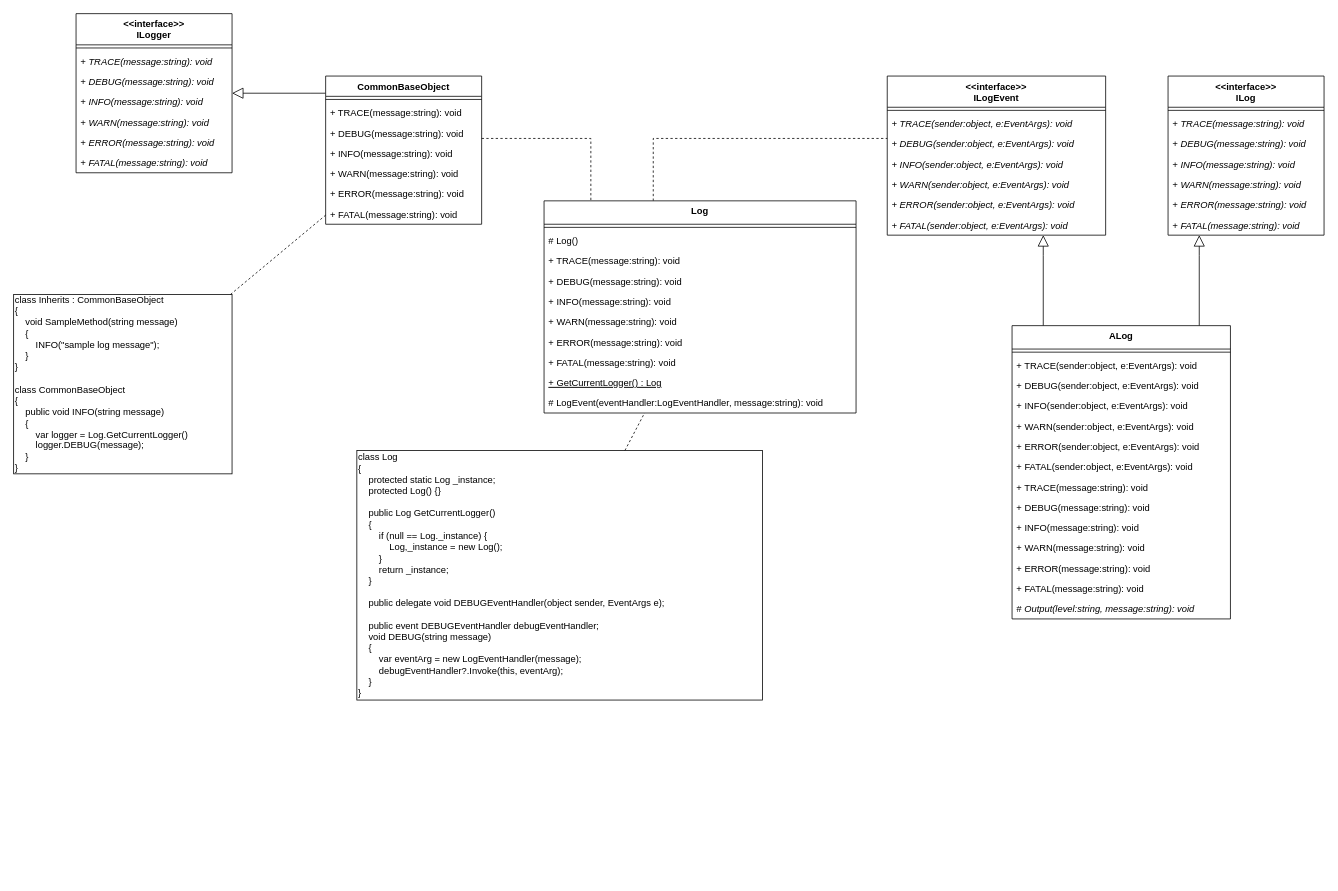
This is Logger/doc/Log.drawio from CountrySideEngineer/CsMySamples, a draw.io file, before an edit. Source tidied: cells renumbered, new cells numbered last; positions are measured from the earlier drawing's top-left corner, leaving out a move shared by most shapes. Both pictures are drawn from the tidied source at 78%, with x=0, y=0 at pixel (13, 13).
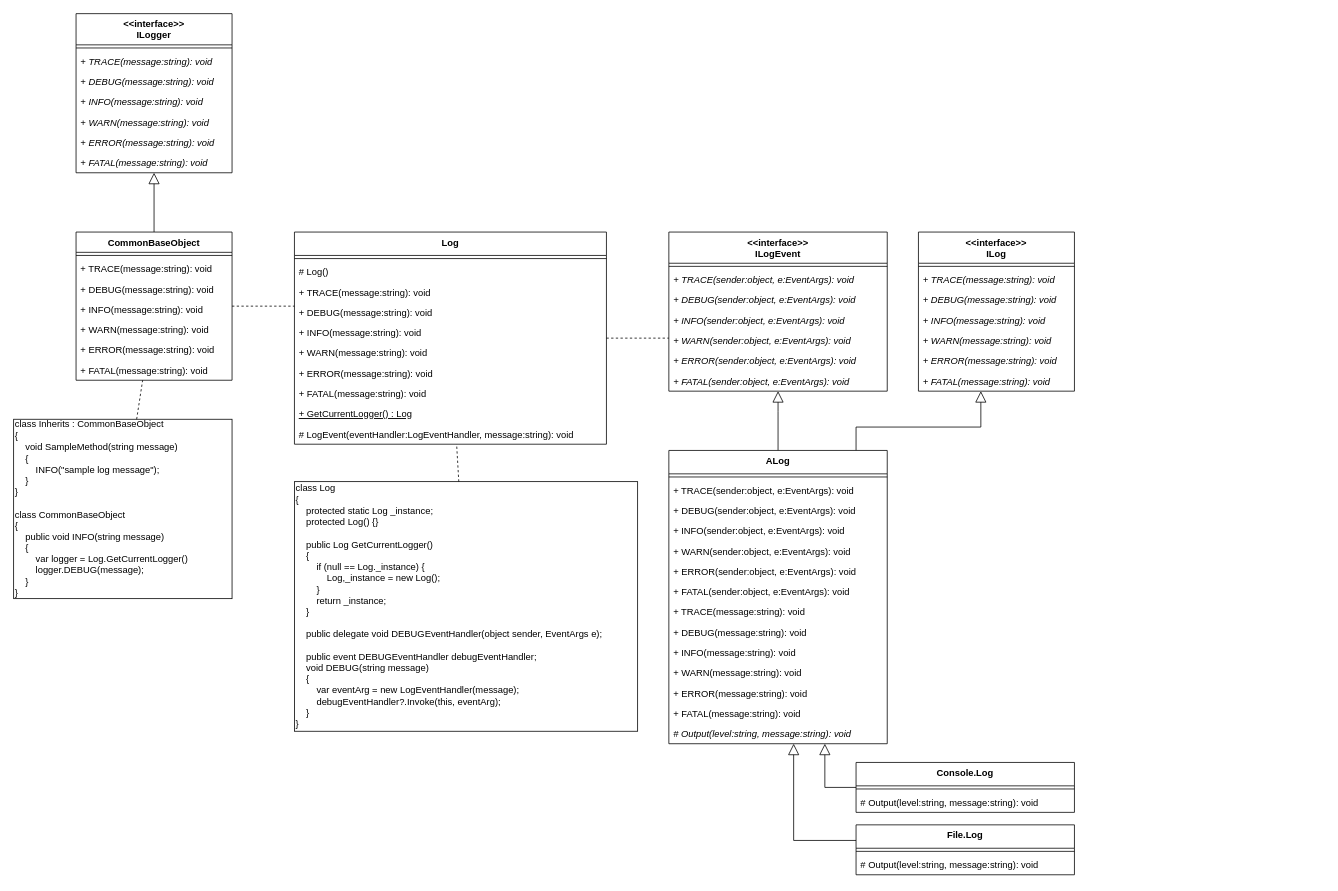
After the change.

Commit message:
Update design diagram.

The change refers to these unchanged cells:
```xml
<mxCell id="61" value="&lt;&lt;interface&gt;&gt;&#10;ILogger" style="swimlane;fontStyle=1;align=center;verticalAlign=top;horizontal=1;startSize=40;" parent="1" vertex="1">
  <mxGeometry x="80" width="200" height="204" as="geometry" />
</mxCell>
```

Diff of the diagram source:
```diff
@@
     <mxCell id="2" value="&lt;&lt;interface&gt;&gt;&#10;ILog" style="swimlane;fontStyle=1;align=center;verticalAlign=top;horizontal=1;startSize=40;" parent="1" vertex="1">
-      <mxGeometry x="1480" y="80" width="200" height="204" as="geometry" />
+      <mxGeometry x="1160" y="280" width="200" height="204" as="geometry" />
     </mxCell>
@@
     <mxCell id="10" style="edgeStyle=orthogonalEdgeStyle;rounded=0;jettySize=auto;html=1;dashed=1;startSize=10;endArrow=none;endFill=0;endSize=12;" parent="1" edge="1" source="11" target="22">
       <mxGeometry relative="1" as="geometry">
         <Array as="points">
-          <mxPoint x="820" y="160" />
+          <mxPoint x="720" y="382" />
+          <mxPoint x="720" y="382" />
         </Array>
       </mxGeometry>
     </mxCell>
     <mxCell id="11" value="Log" style="swimlane;fontStyle=1;align=center;verticalAlign=top;horizontal=1;startSize=30;" parent="1" vertex="1">
-      <mxGeometry x="680" y="240" width="400" height="272" as="geometry" />
+      <mxGeometry x="360" y="280" width="400" height="272" as="geometry" />
     </mxCell>
@@
     <mxCell id="22" value="&lt;&lt;interface&gt;&gt;&#10;ILogEvent" style="swimlane;fontStyle=1;align=center;verticalAlign=top;horizontal=1;startSize=40;" parent="1" vertex="1">
-      <mxGeometry x="1120" y="80" width="280" height="204" as="geometry" />
+      <mxGeometry x="840" y="280" width="280" height="204" as="geometry" />
     </mxCell>
@@
     <mxCell id="30" style="edgeStyle=orthogonalEdgeStyle;rounded=0;jettySize=auto;html=1;endArrow=block;endFill=0;startSize=10;endSize=12;" parent="1" edge="1" source="32" target="2">
       <mxGeometry relative="1" as="geometry">
         <Array as="points">
-          <mxPoint x="1520" y="310" />
-          <mxPoint x="1520" y="310" />
+          <mxPoint x="1080" y="530" />
+          <mxPoint x="1240" y="530" />
         </Array>
       </mxGeometry>
     </mxCell>
     <mxCell id="31" style="edgeStyle=orthogonalEdgeStyle;rounded=0;jettySize=auto;html=1;startSize=10;endArrow=block;endFill=0;endSize=12;" parent="1" edge="1" source="32" target="22">
       <mxGeometry relative="1" as="geometry">
         <Array as="points">
-          <mxPoint x="1320" y="310" />
-          <mxPoint x="1320" y="310" />
+          <mxPoint x="980" y="510" />
+          <mxPoint x="980" y="510" />
         </Array>
       </mxGeometry>
     </mxCell>
     <mxCell id="32" value="ALog" style="swimlane;fontStyle=1;align=center;verticalAlign=top;horizontal=1;startSize=30;" parent="1" vertex="1">
-      <mxGeometry x="1280" y="400" width="280" height="376" as="geometry" />
+      <mxGeometry x="840" y="560" width="280" height="376" as="geometry" />
     </mxCell>
@@
     <mxCell id="47" style="edgeStyle=orthogonalEdgeStyle;rounded=0;jettySize=auto;html=1;dashed=1;startSize=10;endArrow=none;endFill=0;endSize=12;" parent="1" edge="1" source="49" target="11">
       <mxGeometry relative="1" as="geometry">
         <Array as="points">
-          <mxPoint x="740" y="160" />
+          <mxPoint x="410" y="360" />
+          <mxPoint x="410" y="360" />
         </Array>
       </mxGeometry>
     </mxCell>
     <mxCell id="48" style="edgeStyle=orthogonalEdgeStyle;rounded=0;jettySize=auto;html=1;endArrow=block;endFill=0;endSize=12;" parent="1" edge="1" source="49" target="61">
       <mxGeometry relative="1" as="geometry">
         <Array as="points">
-          <mxPoint x="380" y="102" />
-          <mxPoint x="380" y="102" />
+          <mxPoint x="180" y="102" />
         </Array>
       </mxGeometry>
     </mxCell>
     <mxCell id="49" value="CommonBaseObject" style="swimlane;fontStyle=1;align=center;verticalAlign=top;horizontal=1;startSize=26;" parent="1" vertex="1">
-      <mxGeometry x="400" y="80" width="200" height="190" as="geometry" />
+      <mxGeometry x="80" y="280" width="200" height="190" as="geometry" />
     </mxCell>
@@
-    <mxCell id="57" style="rounded=0;jettySize=auto;html=1;startSize=10;endArrow=none;endFill=0;endSize=12;dashed=1;" parent="1" edge="1" source="58" target="49">
-      <mxGeometry relative="1" as="geometry" />
-    </mxCell>
-    <mxCell id="58" value="class Inherits : CommonBaseObject&lt;br&gt;{&lt;br&gt;&amp;nbsp; &amp;nbsp; void SampleMethod(string message)&lt;br&gt;&amp;nbsp; &amp;nbsp; {&lt;br&gt;&amp;nbsp; &amp;nbsp; &amp;nbsp; &amp;nbsp;&amp;nbsp;INFO(&quot;sample log message&quot;);&lt;br&gt;&amp;nbsp; &amp;nbsp; }&lt;br&gt;}&lt;br&gt;&lt;br&gt;class CommonBaseObject&lt;br&gt;{&lt;br&gt;&amp;nbsp; &amp;nbsp; public void INFO(string message)&lt;br&gt;&amp;nbsp; &amp;nbsp; {&lt;br&gt;&amp;nbsp; &amp;nbsp; &amp;nbsp; &amp;nbsp; var logger = Log.GetCurrentLogger()&lt;br&gt;&amp;nbsp; &amp;nbsp; &amp;nbsp; &amp;nbsp; logger.DEBUG(message);&lt;br&gt;&amp;nbsp; &amp;nbsp; }&lt;br&gt;}&lt;br&gt;" style="text;html=1;strokeColor=#000000;fillColor=none;align=left;verticalAlign=middle;whiteSpace=wrap;rounded=0;" parent="1" vertex="1">
-      <mxGeometry y="360" width="280" height="230" as="geometry" />
-    </mxCell>
-    <mxCell id="59" style="edgeStyle=none;rounded=0;jettySize=auto;html=1;dashed=1;startSize=10;endArrow=none;endFill=0;endSize=12;" parent="1" edge="1" source="60" target="11">
-      <mxGeometry relative="1" as="geometry" />
-    </mxCell>
-    <mxCell id="60" value="class Log&lt;br&gt;{&lt;br&gt;&amp;nbsp; &amp;nbsp; protected static Log _instance;&lt;br&gt;&amp;nbsp; &amp;nbsp; protected Log() {}&lt;br&gt;&lt;br&gt;&amp;nbsp; &amp;nbsp; public Log GetCurrentLogger()&lt;br&gt;&amp;nbsp; &amp;nbsp; {&lt;br&gt;&amp;nbsp; &amp;nbsp; &amp;nbsp; &amp;nbsp; if (null == Log._instance) {&lt;br&gt;&amp;nbsp; &amp;nbsp; &amp;nbsp; &amp;nbsp; &amp;nbsp; &amp;nbsp; Log,_instance = new Log();&lt;br&gt;&amp;nbsp; &amp;nbsp; &amp;nbsp; &amp;nbsp; }&lt;br&gt;&amp;nbsp; &amp;nbsp; &amp;nbsp; &amp;nbsp; return _instance;&lt;br&gt;&amp;nbsp; &amp;nbsp; }&lt;br&gt;&lt;br&gt;&amp;nbsp; &amp;nbsp; public delegate void DEBUGEventHandler(object sender, EventArgs e);&lt;br&gt;&lt;br&gt;&amp;nbsp; &amp;nbsp; public event DEBUGEventHandler debugEventHandler;&lt;br&gt;&amp;nbsp; &amp;nbsp; void DEBUG(string message)&lt;br&gt;&amp;nbsp; &amp;nbsp; {&lt;br&gt;&amp;nbsp; &amp;nbsp; &amp;nbsp; &amp;nbsp; var eventArg = new LogEventHandler(message);&lt;br&gt;&amp;nbsp; &amp;nbsp; &amp;nbsp; &amp;nbsp; debugEventHandler?.Invoke(this, eventArg);&lt;br&gt;&amp;nbsp; &amp;nbsp; }&lt;br&gt;}&lt;br&gt;" style="text;html=1;strokeColor=#000000;fillColor=none;align=left;verticalAlign=middle;whiteSpace=wrap;rounded=0;" parent="1" vertex="1">
-      <mxGeometry x="440" y="560" width="520" height="320" as="geometry" />
-    </mxCell>
@@
+    <mxCell id="69" style="edgeStyle=orthogonalEdgeStyle;rounded=0;jettySize=auto;html=1;endArrow=block;endFill=0;startSize=12;endSize=12;" parent="1" edge="1" source="70" target="32">
+      <mxGeometry relative="1" as="geometry">
+        <Array as="points">
+          <mxPoint x="1040" y="992" />
+        </Array>
+      </mxGeometry>
+    </mxCell>
+    <mxCell id="70" value="Console.Log" style="swimlane;fontStyle=1;align=center;verticalAlign=top;horizontal=1;startSize=30;" parent="1" vertex="1">
+      <mxGeometry x="1080" y="960" width="280" height="64" as="geometry" />
+    </mxCell>
+    <mxCell id="71" style="line;strokeWidth=1;fillColor=none;align=left;verticalAlign=middle;spacingTop=-1;spacingLeft=3;spacingRight=3;labelPosition=right;fontStyle=0;" parent="70" vertex="1">
+      <mxGeometry y="30" width="280" height="8" as="geometry" />
+    </mxCell>
+    <mxCell id="72" value="# Output(level:string, message:string): void" style="text;strokeColor=none;fillColor=none;align=left;verticalAlign=top;spacingLeft=4;spacingRight=4;overflow=hidden;fontStyle=0;" parent="70" vertex="1">
+      <mxGeometry y="38" width="280" height="26" as="geometry" />
+    </mxCell>
+    <mxCell id="73" value="File.Log" style="swimlane;fontStyle=1;align=center;verticalAlign=top;horizontal=1;startSize=30;" parent="1" vertex="1">
+      <mxGeometry x="1080" y="1040" width="280" height="64" as="geometry" />
+    </mxCell>
+    <mxCell id="74" style="line;strokeWidth=1;fillColor=none;align=left;verticalAlign=middle;spacingTop=-1;spacingLeft=3;spacingRight=3;labelPosition=right;fontStyle=0;" parent="73" vertex="1">
+      <mxGeometry y="30" width="280" height="8" as="geometry" />
+    </mxCell>
+    <mxCell id="75" value="# Output(level:string, message:string): void" style="text;strokeColor=none;fillColor=none;align=left;verticalAlign=top;spacingLeft=4;spacingRight=4;overflow=hidden;fontStyle=0;" parent="73" vertex="1">
+      <mxGeometry y="38" width="280" height="26" as="geometry" />
+    </mxCell>
+    <mxCell id="76" style="edgeStyle=orthogonalEdgeStyle;rounded=0;jettySize=auto;html=1;endArrow=block;endFill=0;startSize=12;endSize=12;" parent="1" edge="1" source="73" target="32">
+      <mxGeometry relative="1" as="geometry">
+        <Array as="points">
+          <mxPoint x="1000" y="1060" />
+        </Array>
+      </mxGeometry>
+    </mxCell>
+    <mxCell id="57" style="rounded=0;jettySize=auto;html=1;endArrow=none;endFill=0;dashed=1;" parent="1" edge="1" source="58" target="49">
+      <mxGeometry relative="1" as="geometry" />
+    </mxCell>
+    <mxCell id="58" value="class Inherits : CommonBaseObject&lt;br&gt;{&lt;br&gt;&amp;nbsp; &amp;nbsp; void SampleMethod(string message)&lt;br&gt;&amp;nbsp; &amp;nbsp; {&lt;br&gt;&amp;nbsp; &amp;nbsp; &amp;nbsp; &amp;nbsp;&amp;nbsp;INFO(&quot;sample log message&quot;);&lt;br&gt;&amp;nbsp; &amp;nbsp; }&lt;br&gt;}&lt;br&gt;&lt;br&gt;class CommonBaseObject&lt;br&gt;{&lt;br&gt;&amp;nbsp; &amp;nbsp; public void INFO(string message)&lt;br&gt;&amp;nbsp; &amp;nbsp; {&lt;br&gt;&amp;nbsp; &amp;nbsp; &amp;nbsp; &amp;nbsp; var logger = Log.GetCurrentLogger()&lt;br&gt;&amp;nbsp; &amp;nbsp; &amp;nbsp; &amp;nbsp; logger.DEBUG(message);&lt;br&gt;&amp;nbsp; &amp;nbsp; }&lt;br&gt;}&lt;br&gt;" style="text;html=1;strokeColor=#000000;fillColor=none;align=left;verticalAlign=middle;whiteSpace=wrap;rounded=0;" parent="1" vertex="1">
+      <mxGeometry y="520" width="280" height="230" as="geometry" />
+    </mxCell>
+    <mxCell id="59" style="edgeStyle=none;rounded=0;jettySize=auto;html=1;dashed=1;startSize=10;endArrow=none;endFill=0;endSize=12;" parent="1" edge="1" source="60" target="11">
+      <mxGeometry relative="1" as="geometry" />
+    </mxCell>
+    <mxCell id="60" value="class Log&lt;br&gt;{&lt;br&gt;&amp;nbsp; &amp;nbsp; protected static Log _instance;&lt;br&gt;&amp;nbsp; &amp;nbsp; protected Log() {}&lt;br&gt;&lt;br&gt;&amp;nbsp; &amp;nbsp; public Log GetCurrentLogger()&lt;br&gt;&amp;nbsp; &amp;nbsp; {&lt;br&gt;&amp;nbsp; &amp;nbsp; &amp;nbsp; &amp;nbsp; if (null == Log._instance) {&lt;br&gt;&amp;nbsp; &amp;nbsp; &amp;nbsp; &amp;nbsp; &amp;nbsp; &amp;nbsp; Log,_instance = new Log();&lt;br&gt;&amp;nbsp; &amp;nbsp; &amp;nbsp; &amp;nbsp; }&lt;br&gt;&amp;nbsp; &amp;nbsp; &amp;nbsp; &amp;nbsp; return _instance;&lt;br&gt;&amp;nbsp; &amp;nbsp; }&lt;br&gt;&lt;br&gt;&amp;nbsp; &amp;nbsp; public delegate void DEBUGEventHandler(object sender, EventArgs e);&lt;br&gt;&lt;br&gt;&amp;nbsp; &amp;nbsp; public event DEBUGEventHandler debugEventHandler;&lt;br&gt;&amp;nbsp; &amp;nbsp; void DEBUG(string message)&lt;br&gt;&amp;nbsp; &amp;nbsp; {&lt;br&gt;&amp;nbsp; &amp;nbsp; &amp;nbsp; &amp;nbsp; var eventArg = new LogEventHandler(message);&lt;br&gt;&amp;nbsp; &amp;nbsp; &amp;nbsp; &amp;nbsp; debugEventHandler?.Invoke(this, eventArg);&lt;br&gt;&amp;nbsp; &amp;nbsp; }&lt;br&gt;}&lt;br&gt;" style="text;html=1;strokeColor=#000000;fillColor=none;align=left;verticalAlign=middle;whiteSpace=wrap;rounded=0;" parent="1" vertex="1">
+      <mxGeometry x="360" y="600" width="440" height="320" as="geometry" />
+    </mxCell>
```
